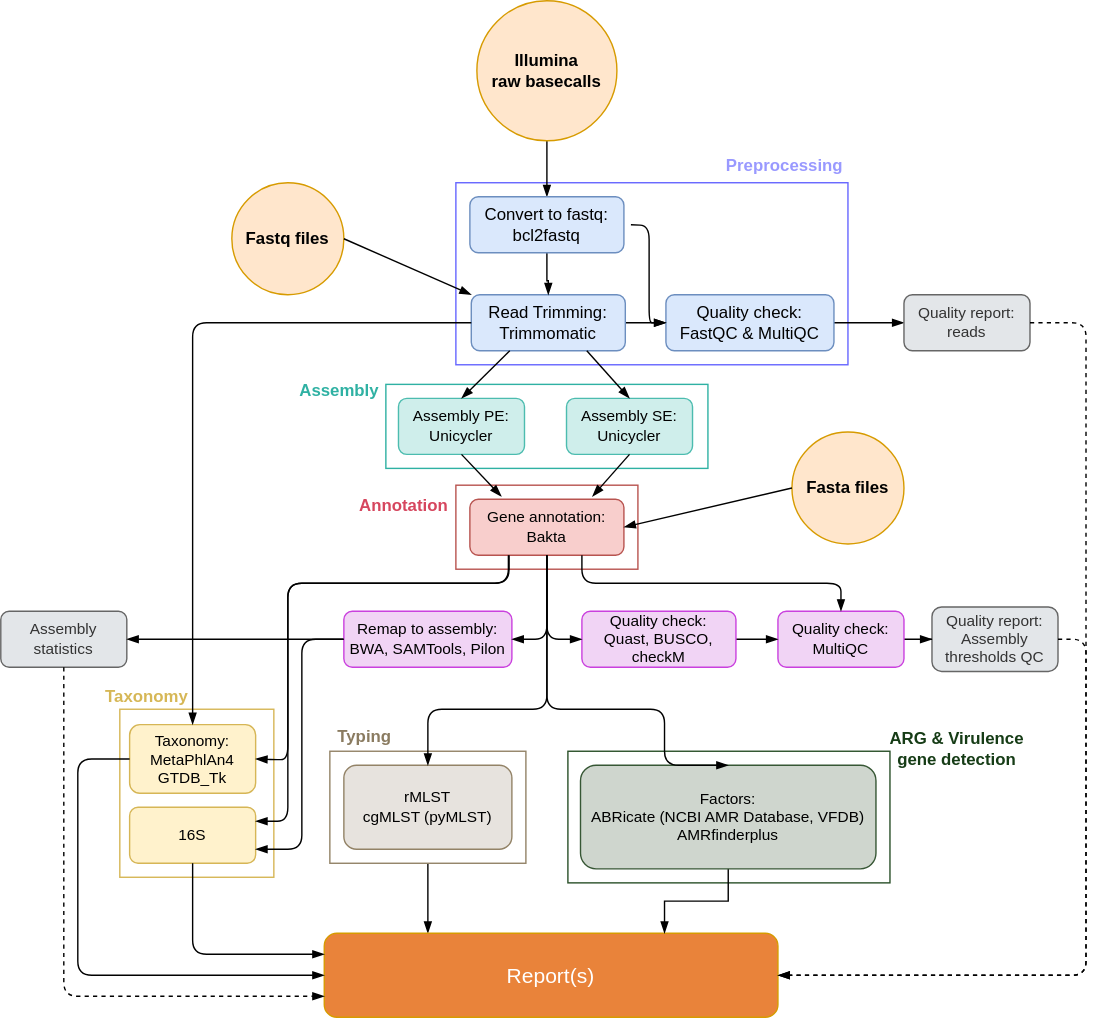
Earlier version of the draw.io export IMMENSE_diagram.svg (michaelmeuli/immensekansasii). Source tidied: cells renumbered, new cells last; positions are measured from the earlier drawing's top-left corner, leaving out a move shared by most shapes.
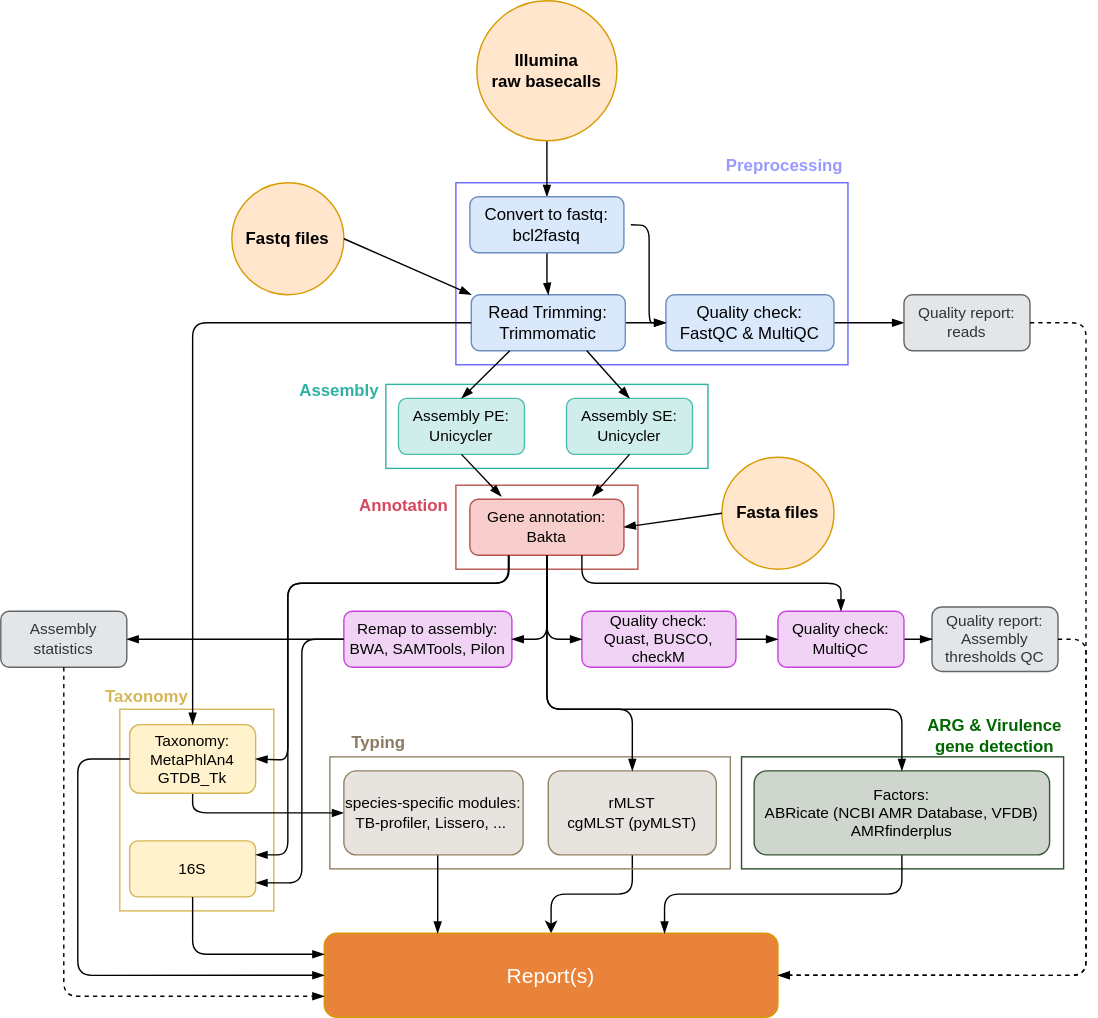
The same file after the commit.

Diff of the diagram source:
```diff
@@ -2,22 +2,17 @@
   <root>
     <mxCell id="0" />
     <mxCell id="1" parent="0" />
-    <mxCell id="2" style="edgeStyle=orthogonalEdgeStyle;shape=connector;rounded=0;jettySize=auto;html=1;labelBackgroundColor=default;strokeColor=default;fontFamily=Helvetica;fontSize=11;fontColor=default;endArrow=blockThin;endFill=1;" parent="1" edge="1" source="3" target="48">
-      <mxGeometry relative="1" as="geometry">
-        <Array as="points">
-          <mxPoint x="305" y="646" />
-          <mxPoint x="305" y="646" />
-        </Array>
-      </mxGeometry>
-    </mxCell>
+    <mxCell id="66" style="edgeStyle=orthogonalEdgeStyle;rounded=1;jettySize=auto;html=1;entryX=0.5;entryY=0;entryDx=0;entryDy=0;curved=0;exitX=0.5;exitY=1;exitDx=0;exitDy=0;" parent="1" edge="1" source="55" target="48">
+      <mxGeometry relative="1" as="geometry" />
+    </mxCell>
     <mxCell id="3" style="rounded=0;whiteSpace=wrap;html=1;fontFamily=Helvetica;fontSize=11;fillColor=none;strokeColor=#938367;" parent="1" vertex="1">
-      <mxGeometry x="235" y="536" width="140" height="80" as="geometry" />
+      <mxGeometry x="235" y="540" width="286" height="80" as="geometry" />
     </mxCell>
     <mxCell id="4" style="rounded=0;whiteSpace=wrap;html=1;fontFamily=Helvetica;fontSize=11;fillColor=none;strokeColor=#2a5029;" parent="1" vertex="1">
-      <mxGeometry x="405" y="536" width="230" height="94" as="geometry" />
+      <mxGeometry x="529" y="540" width="230" height="80" as="geometry" />
     </mxCell>
     <mxCell id="5" style="rounded=0;whiteSpace=wrap;html=1;fontFamily=Helvetica;fontSize=11;fillColor=none;strokeColor=#d6b656;" parent="1" vertex="1">
-      <mxGeometry x="85" y="506" width="110" height="120" as="geometry" />
+      <mxGeometry x="85" y="506" width="110" height="144" as="geometry" />
     </mxCell>
     <mxCell id="6" style="rounded=0;whiteSpace=wrap;html=1;fontFamily=Helvetica;fontSize=11;fillColor=none;strokeColor=#b85450;" parent="1" vertex="1">
       <mxGeometry x="325" y="346" width="130" height="60" as="geometry" />
@@ -38,7 +33,7 @@
       <mxGeometry x="340" width="100" height="100" as="geometry" />
     </mxCell>
     <mxCell id="12" value="&lt;b&gt;Fasta files&lt;/b&gt;" style="ellipse;whiteSpace=wrap;html=1;fillColor=#ffe6cc;strokeColor=#d79b00;" parent="1" vertex="1">
-      <mxGeometry x="565" y="308" width="80" height="80" as="geometry" />
+      <mxGeometry x="515" y="326" width="80" height="80" as="geometry" />
     </mxCell>
     <mxCell id="13" style="edgeStyle=orthogonalEdgeStyle;shape=connector;rounded=0;jettySize=auto;html=1;labelBackgroundColor=default;strokeColor=default;fontFamily=Helvetica;fontSize=11;fontColor=default;endArrow=blockThin;endFill=1;" parent="1" edge="1" source="14" target="22">
       <mxGeometry relative="1" as="geometry" />
@@ -139,11 +134,18 @@
         </Array>
       </mxGeometry>
     </mxCell>
+    <mxCell id="67" style="edgeStyle=orthogonalEdgeStyle;rounded=1;jettySize=auto;html=1;curved=0;endArrow=blockThin;endFill=1;exitX=0.5;exitY=1;exitDx=0;exitDy=0;" parent="1" edge="1" source="42" target="69">
+      <mxGeometry relative="1" as="geometry">
+        <Array as="points">
+          <mxPoint x="137" y="580" />
+        </Array>
+      </mxGeometry>
+    </mxCell>
     <mxCell id="42" value="Taxonomy:&lt;br&gt;MetaPhlAn4&lt;br&gt;GTDB_Tk" style="rounded=1;whiteSpace=wrap;html=1;fontFamily=Helvetica;fontSize=11;fillColor=#fff2cc;strokeColor=#d6b656;" parent="1" vertex="1">
       <mxGeometry x="92" y="517" width="90" height="49" as="geometry" />
     </mxCell>
     <mxCell id="43" value="16S" style="rounded=1;whiteSpace=wrap;html=1;fontFamily=Helvetica;fontSize=11;fillColor=#fff2cc;strokeColor=#d6b656;" parent="1" vertex="1">
-      <mxGeometry x="92" y="576" width="90" height="40" as="geometry" />
+      <mxGeometry x="92" y="600" width="90" height="40" as="geometry" />
     </mxCell>
     <mxCell id="44" style="endArrow=blockThin;html=1;rounded=1;labelBackgroundColor=default;strokeColor=default;fontFamily=Helvetica;fontSize=11;fontColor=default;shape=connector;edgeStyle=orthogonalEdgeStyle;entryX=1;entryY=0.5;entryDx=0;entryDy=0;endFill=1;exitX=0.25;exitY=1;exitDx=0;exitDy=0;" parent="1" edge="1" source="30" target="42">
       <mxGeometry relative="1" as="geometry">
@@ -161,7 +163,7 @@
         <Array as="points">
           <mxPoint x="363" y="416" />
           <mxPoint x="205" y="416" />
-          <mxPoint x="205" y="586" />
+          <mxPoint x="205" y="610" />
         </Array>
       </mxGeometry>
     </mxCell>
@@ -169,7 +171,7 @@
       <mxGeometry relative="1" as="geometry">
         <Array as="points">
           <mxPoint x="215" y="456" />
-          <mxPoint x="215" y="606" />
+          <mxPoint x="215" y="630" />
         </Array>
       </mxGeometry>
     </mxCell>
@@ -226,22 +228,22 @@
       </mxGeometry>
     </mxCell>
     <mxCell id="55" value="rMLST&lt;div&gt;cgMLST (pyMLST)&lt;/div&gt;" style="rounded=1;whiteSpace=wrap;html=1;fontFamily=Helvetica;fontSize=11;fontColor=default;fillColor=#e7e3de;strokeColor=#938367;" parent="1" vertex="1">
-      <mxGeometry x="245" y="546" width="120" height="60" as="geometry" />
+      <mxGeometry x="391" y="550" width="120" height="60" as="geometry" />
     </mxCell>
-    <mxCell id="56" style="edgeStyle=orthogonalEdgeStyle;shape=connector;rounded=0;jettySize=auto;html=1;labelBackgroundColor=default;strokeColor=default;fontFamily=Helvetica;fontSize=11;fontColor=default;endArrow=blockThin;endFill=1;entryX=0.75;entryY=0;entryDx=0;entryDy=0;" parent="1" edge="1" source="57" target="48">
+    <mxCell id="56" style="edgeStyle=orthogonalEdgeStyle;shape=connector;rounded=1;jettySize=auto;html=1;labelBackgroundColor=default;strokeColor=default;fontFamily=Helvetica;fontSize=11;fontColor=default;endArrow=blockThin;endFill=1;entryX=0.75;entryY=0;entryDx=0;entryDy=0;curved=0;" parent="1" edge="1" source="57" target="48">
       <mxGeometry relative="1" as="geometry" />
     </mxCell>
     <mxCell id="57" value="Factors:&lt;br&gt;ABRicate (NCBI AMR Database, VFDB)&lt;br&gt;&lt;div&gt;AMRfinderplus&lt;/div&gt;" style="rounded=1;whiteSpace=wrap;html=1;fontFamily=Helvetica;fontSize=11;fontColor=default;fillColor=#cfd6ce;strokeColor=#375735;" parent="1" vertex="1">
-      <mxGeometry x="414" y="546" width="211" height="74" as="geometry" />
+      <mxGeometry x="538" y="550" width="211" height="60" as="geometry" />
     </mxCell>
     <mxCell id="58" style="edgeStyle=orthogonalEdgeStyle;shape=connector;rounded=0;orthogonalLoop=1;jettySize=auto;html=1;exitX=0.5;exitY=1;exitDx=0;exitDy=0;labelBackgroundColor=default;strokeColor=default;fontFamily=Helvetica;fontSize=11;fontColor=default;endArrow=blockThin;endFill=1;" parent="1" edge="1" source="3" target="3">
       <mxGeometry relative="1" as="geometry" />
     </mxCell>
-    <mxCell id="59" value="&lt;font color=&quot;#163c16&quot; style=&quot;font-size: 12px;&quot;&gt;&lt;b&gt;ARG &amp;amp; Virulence gene detection&lt;/b&gt;&lt;/font&gt;" style="text;html=1;strokeColor=none;fillColor=none;align=center;verticalAlign=middle;whiteSpace=wrap;rounded=0;fontSize=11;fontFamily=Helvetica;fontColor=default;" parent="1" vertex="1">
-      <mxGeometry x="623" y="519" width="120" height="30" as="geometry" />
+    <mxCell id="59" value="&lt;font style=&quot;font-size: 12px;&quot;&gt;&lt;b&gt;ARG &amp;amp; Virulence gene detection&lt;/b&gt;&lt;/font&gt;" style="text;html=1;strokeColor=none;fillColor=none;align=center;verticalAlign=middle;whiteSpace=wrap;rounded=0;fontSize=11;fontFamily=Helvetica;fontColor=#006600;" parent="1" vertex="1">
+      <mxGeometry x="650" y="510" width="120" height="30" as="geometry" />
     </mxCell>
     <mxCell id="60" value="&lt;font color=&quot;#8a7b60&quot; style=&quot;font-size: 12px;&quot;&gt;&lt;b&gt;Typing&lt;/b&gt;&lt;/font&gt;" style="text;html=1;strokeColor=none;fillColor=none;align=center;verticalAlign=middle;whiteSpace=wrap;rounded=0;fontSize=11;fontFamily=Helvetica;fontColor=default;" parent="1" vertex="1">
-      <mxGeometry x="235" y="516" width="50" height="20" as="geometry" />
+      <mxGeometry x="245" y="520" width="50" height="20" as="geometry" />
     </mxCell>
     <mxCell id="61" style="endArrow=blockThin;html=1;rounded=1;labelBackgroundColor=default;strokeColor=default;fontFamily=Helvetica;fontSize=11;fontColor=default;shape=connector;edgeStyle=orthogonalEdgeStyle;endFill=1;exitX=0.5;exitY=1;exitDx=0;exitDy=0;entryX=1;entryY=0.5;entryDx=0;entryDy=0;" parent="1" edge="1" source="30" target="38">
       <mxGeometry relative="1" as="geometry">
@@ -261,7 +263,7 @@
       <mxGeometry relative="1" as="geometry">
         <Array as="points">
           <mxPoint x="390" y="506" />
-          <mxPoint x="474" y="506" />
+          <mxPoint x="644" y="506" />
         </Array>
       </mxGeometry>
     </mxCell>
@@ -269,12 +271,23 @@
       <mxGeometry relative="1" as="geometry">
         <Array as="points">
           <mxPoint x="390" y="506" />
-          <mxPoint x="305" y="506" />
+          <mxPoint x="451" y="506" />
         </Array>
       </mxGeometry>
     </mxCell>
     <mxCell id="65" style="edgeStyle=orthogonalEdgeStyle;rounded=0;orthogonalLoop=1;jettySize=auto;html=1;exitX=0.5;exitY=1;exitDx=0;exitDy=0;" parent="1" edge="1" source="7" target="7">
       <mxGeometry relative="1" as="geometry" />
     </mxCell>
+    <mxCell id="68" style="edgeStyle=orthogonalEdgeStyle;rounded=1;jettySize=auto;html=1;entryX=0.25;entryY=0;entryDx=0;entryDy=0;curved=0;endArrow=blockThin;endFill=1;" parent="1" edge="1" source="69" target="48">
+      <mxGeometry relative="1" as="geometry">
+        <Array as="points">
+          <mxPoint x="312" y="630" />
+          <mxPoint x="312" y="630" />
+        </Array>
+      </mxGeometry>
+    </mxCell>
+    <mxCell id="69" value="species-specific modules:&lt;br&gt;TB-profiler, Lissero, ...&amp;nbsp;" style="rounded=1;whiteSpace=wrap;html=1;fontFamily=Helvetica;fontSize=11;fontColor=default;fillColor=#e7e3de;strokeColor=#938367;" parent="1" vertex="1">
+      <mxGeometry x="245" y="550" width="128" height="60" as="geometry" />
+    </mxCell>
   </root>
 </mxGraphModel>
```
